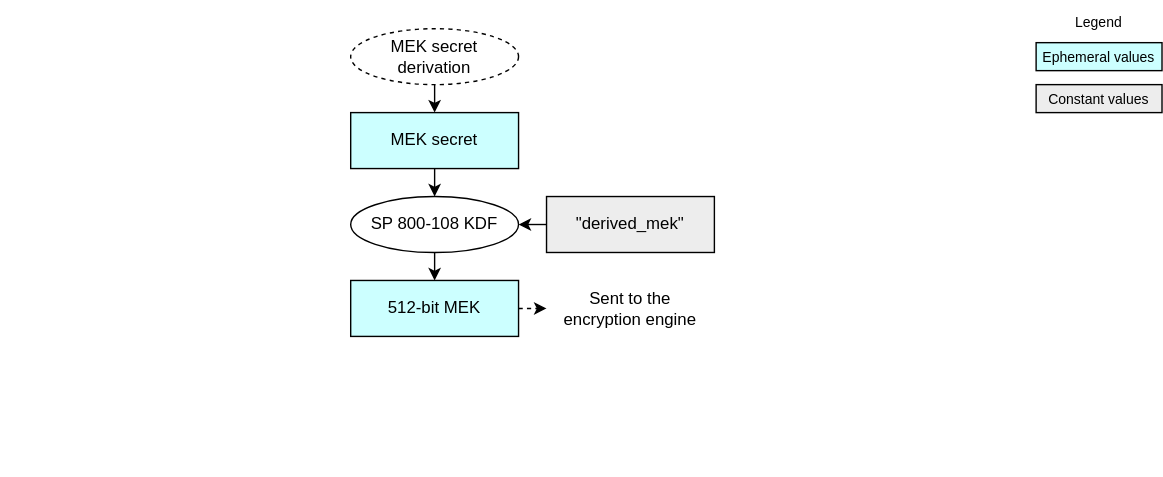
This is doc/ocp_lock/diagrams/mek_derive.drawio.svg from chipsalliance/Caliptra, a draw.io export, as it was before one commit. Source tidied: cells renumbered, new cells last; positions are measured from the earlier drawing's top-left corner, leaving out a move shared by most shapes.
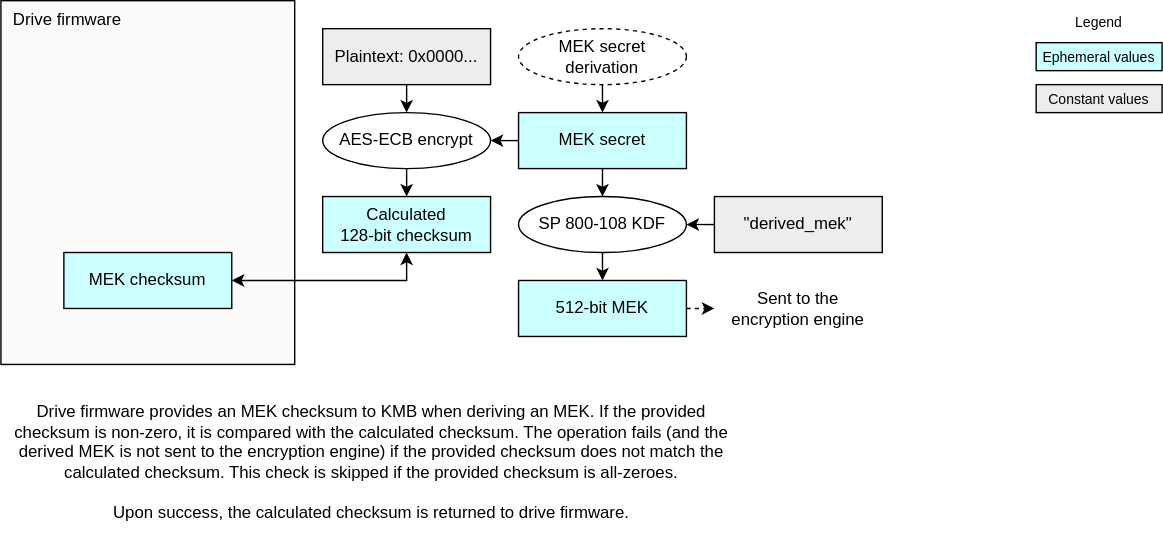
The same file after the commit.

Commit message:
Add derived MEK checksum. (#457)

This checksum, calculated as AES-ECB-Encrypt(MEK secret, 0x0000...), can be
used by drive firmware to ensure that an MEK derived in the future
matches an MEK derived in the past. This hedges against mistakes that
could cause an MEK to change its value unexpectedly and intermittently,
which could lead to data loss.

Change to the diagram source:
```diff
@@ -3,10 +3,10 @@
     <mxCell id="0" />
     <mxCell id="1" parent="0" />
     <mxCell id="2" value="Legend" style="text;strokeColor=none;align=center;fillColor=none;html=1;verticalAlign=middle;whiteSpace=wrap;rounded=0;fontSize=10;" parent="1" vertex="1">
-      <mxGeometry x="755" width="60" height="30" as="geometry" />
+      <mxGeometry x="635" width="60" height="30" as="geometry" />
     </mxCell>
     <mxCell id="3" value="&lt;div&gt;&lt;font color=&quot;#000000&quot;&gt;Ephemeral values&lt;/font&gt;&lt;/div&gt;" style="rounded=0;whiteSpace=wrap;html=1;align=center;verticalAlign=middle;shadow=0;glass=0;spacingLeft=0;spacingBottom=0;spacingTop=0;fillColor=#CCFFFF;fontSize=10;" parent="1" vertex="1">
-      <mxGeometry x="740" y="30" width="90" height="20" as="geometry" />
+      <mxGeometry x="620" y="30" width="90" height="20" as="geometry" />
     </mxCell>
     <mxCell id="4" style="edgeStyle=none;html=1;exitX=0.5;exitY=1;exitDx=0;exitDy=0;entryX=0.5;entryY=0;entryDx=0;entryDy=0;" parent="1" edge="1" source="7" target="5">
       <mxGeometry relative="1" as="geometry" />
@@ -26,6 +26,9 @@
     <mxCell id="9" value="&lt;div&gt;&lt;font color=&quot;#000000&quot;&gt;&quot;derived_mek&quot;&lt;/font&gt;&lt;/div&gt;" style="rounded=0;whiteSpace=wrap;html=1;align=center;verticalAlign=middle;shadow=0;glass=0;spacingLeft=0;spacingBottom=0;spacingTop=0;fillColor=#EDEDED;" parent="1" vertex="1">
       <mxGeometry x="390" y="140" width="120" height="40" as="geometry" />
     </mxCell>
+    <mxCell id="17" style="edgeStyle=none;html=1;exitX=0;exitY=0.5;exitDx=0;exitDy=0;entryX=1;entryY=0.5;entryDx=0;entryDy=0;" parent="1" edge="1" source="10" target="19">
+      <mxGeometry relative="1" as="geometry" />
+    </mxCell>
     <mxCell id="10" value="&lt;div&gt;&lt;font color=&quot;#000000&quot;&gt;MEK secret&lt;/font&gt;&lt;/div&gt;" style="rounded=0;whiteSpace=wrap;html=1;align=center;verticalAlign=middle;shadow=0;glass=0;spacingLeft=0;spacingBottom=0;spacingTop=0;fillColor=#CCFFFF;" parent="1" vertex="1">
       <mxGeometry x="250" y="80" width="120" height="40" as="geometry" />
     </mxCell>
@@ -44,10 +47,34 @@
       </mxGeometry>
     </mxCell>
     <mxCell id="15" value="&lt;div&gt;&lt;font color=&quot;#000000&quot;&gt;Constant values&lt;/font&gt;&lt;/div&gt;" style="rounded=0;whiteSpace=wrap;html=1;align=center;verticalAlign=middle;shadow=0;glass=0;spacingLeft=0;spacingBottom=0;spacingTop=0;fillColor=#EDEDED;fontSize=10;" parent="1" vertex="1">
-      <mxGeometry x="740" y="60" width="90" height="20" as="geometry" />
+      <mxGeometry x="620" y="60" width="90" height="20" as="geometry" />
     </mxCell>
-    <mxCell id="16" style="rounded=0;whiteSpace=wrap;html=1;fillColor=#FFFFFF;strokeColor=#FFFFFF;align=left;verticalAlign=top;spacingLeft=7;" parent="1" vertex="1">
-      <mxGeometry width="210" height="340" as="geometry" />
+    <mxCell id="16" value="Drive firmware" style="rounded=0;whiteSpace=wrap;html=1;fillColor=#FAFAFA;strokeColor=#000000;align=left;verticalAlign=top;spacingLeft=7;" parent="1" vertex="1">
+      <mxGeometry x="-120" width="210" height="260" as="geometry" />
     </mxCell>
+    <mxCell id="18" style="edgeStyle=none;html=1;exitX=0.5;exitY=1;exitDx=0;exitDy=0;entryX=0.5;entryY=0;entryDx=0;entryDy=0;" parent="1" edge="1" source="19" target="23">
+      <mxGeometry relative="1" as="geometry" />
+    </mxCell>
+    <mxCell id="19" value="AES-ECB encrypt" style="ellipse;whiteSpace=wrap;html=1;fillColor=#FFFFFF;" parent="1" vertex="1">
+      <mxGeometry x="110" y="80" width="120" height="40" as="geometry" />
+    </mxCell>
+    <mxCell id="20" style="edgeStyle=none;html=1;exitX=0.5;exitY=1;exitDx=0;exitDy=0;entryX=0.5;entryY=0;entryDx=0;entryDy=0;" parent="1" edge="1" source="21" target="19">
+      <mxGeometry relative="1" as="geometry" />
+    </mxCell>
+    <mxCell id="21" value="&lt;div&gt;&lt;font color=&quot;#000000&quot;&gt;Plaintext: 0x0000...&lt;/font&gt;&lt;/div&gt;" style="rounded=0;whiteSpace=wrap;html=1;align=center;verticalAlign=middle;shadow=0;glass=0;spacingLeft=0;spacingBottom=0;spacingTop=0;fillColor=#EDEDED;" parent="1" vertex="1">
+      <mxGeometry x="110" y="20" width="120" height="40" as="geometry" />
+    </mxCell>
+    <mxCell id="22" style="edgeStyle=orthogonalEdgeStyle;html=1;exitX=0.5;exitY=1;exitDx=0;exitDy=0;entryX=1;entryY=0.5;entryDx=0;entryDy=0;rounded=0;startArrow=classic;startFill=1;" parent="1" edge="1" source="23" target="24">
+      <mxGeometry relative="1" as="geometry" />
+    </mxCell>
+    <mxCell id="23" value="&lt;div&gt;&lt;font color=&quot;#000000&quot;&gt;Calculated&lt;/font&gt;&lt;/div&gt;&lt;div&gt;&lt;font color=&quot;#000000&quot;&gt;128-bit checksum&lt;/font&gt;&lt;/div&gt;" style="rounded=0;whiteSpace=wrap;html=1;align=center;verticalAlign=middle;shadow=0;glass=0;spacingLeft=0;spacingBottom=0;spacingTop=0;fillColor=#CCFFFF;" parent="1" vertex="1">
+      <mxGeometry x="110" y="140" width="120" height="40" as="geometry" />
+    </mxCell>
+    <mxCell id="24" value="MEK checksum" style="rounded=0;whiteSpace=wrap;html=1;align=center;verticalAlign=middle;shadow=0;glass=0;spacingLeft=0;spacingBottom=0;spacingTop=0;fillColor=#CCFFFF;" parent="1" vertex="1">
+      <mxGeometry x="-75" y="180" width="120" height="40" as="geometry" />
+    </mxCell>
+    <mxCell id="25" value="Drive firmware provides an MEK checksum to KMB when deriving an MEK. If the provided checksum is non-zero, it is compared with the calculated checksum. The operation fails (and the derived MEK is not sent to the encryption engine) if the provided checksum does not match the calculated checksum. This check is skipped if the provided checksum is all-zeroes.&lt;div&gt;&lt;br&gt;&lt;/div&gt;&lt;div&gt;Upon success, the calculated checksum is returned to drive firmware.&lt;/div&gt;" style="text;strokeColor=none;align=center;fillColor=none;html=1;verticalAlign=middle;whiteSpace=wrap;rounded=0;" parent="1" vertex="1">
+      <mxGeometry x="-120" y="270" width="530" height="120" as="geometry" />
+    </mxCell>
   </root>
 </mxGraphModel>
```
